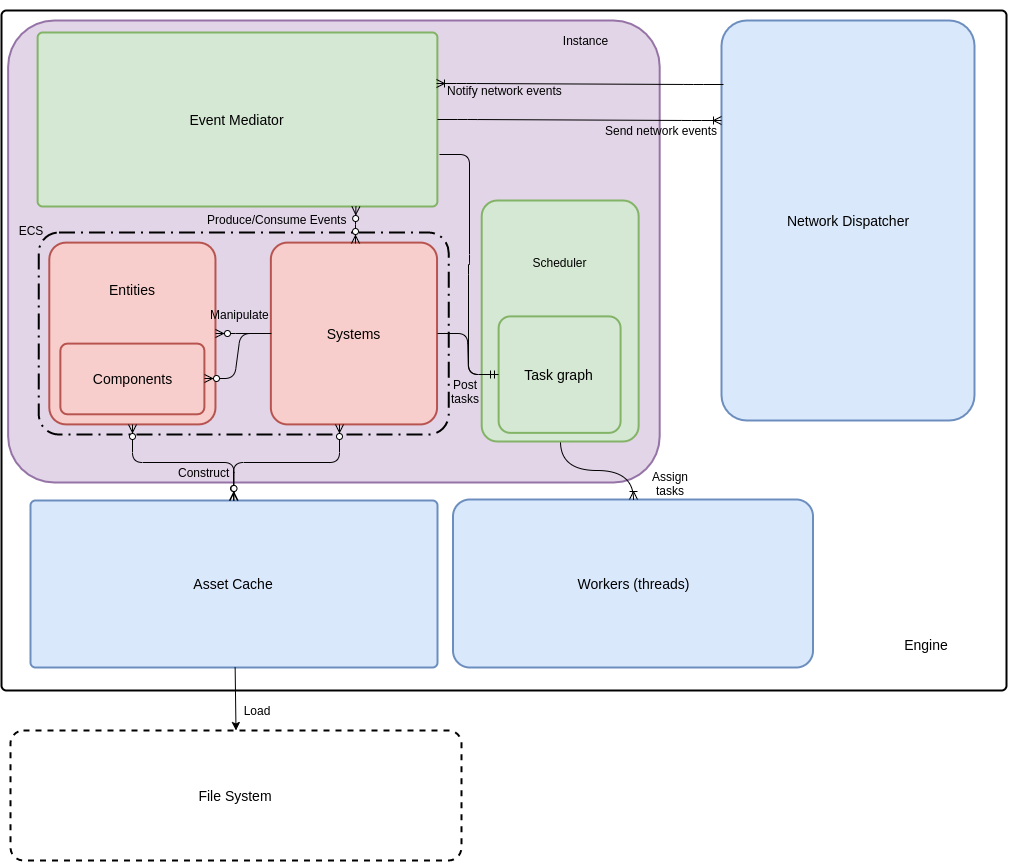
Before: Architecture/rtype_engine.design-Engine general.png, a diagram exported from draw.io (Billyblbl/CPP_rtype_2019). Source tidied: cells renumbered, new cells last; positions are measured from the earlier drawing's top-left corner, leaving out a move shared by most shapes. The source it was exported from:
```xml
<mxGraphModel>
  <root>
    <mxCell id="0" />
    <mxCell id="1" parent="0" />
    <mxCell id="2" style="group;" parent="1" vertex="1">
      <mxGeometry width="1010" height="690" as="geometry" />
    </mxCell>
    <mxCell id="3" style="group;" parent="2" vertex="1">
      <mxGeometry width="1010" height="690" as="geometry" />
    </mxCell>
    <mxCell id="4" style="group;fillColor=none;" parent="3" vertex="1">
      <mxGeometry width="1010" height="690" as="geometry" />
    </mxCell>
    <mxCell id="5" style="rounded=1;absoluteArcSize=1;html=1;strokeWidth=2;arcSize=10;fontSize=14;" parent="4" vertex="1">
      <mxGeometry x="1" y="10" width="1005" height="680" as="geometry" />
    </mxCell>
    <mxCell id="6" style="strokeWidth=2;rounded=1;arcSize=10;whiteSpace=wrap;html=1;align=center;fontSize=14;shadow=0;glass=0;comic=0;fillColor=#e1d5e7;strokeColor=#9673a6;" parent="5" vertex="1">
      <mxGeometry x="6.6" y="10" width="651.6" height="462" as="geometry" />
    </mxCell>
    <mxCell id="7" value="Engine" style="html=1;strokeWidth=2;shape=mxgraph.er.anchor;fontSize=14;whiteSpace=wrap;" parent="5" vertex="1">
      <mxGeometry x="879.6" y="613" width="92.8" height="43.9" as="geometry" />
    </mxCell>
    <mxCell id="8" value="Event Mediator" style="rounded=1;absoluteArcSize=1;html=1;strokeWidth=2;arcSize=10;fontSize=14;whiteSpace=wrap;points=[];strokeColor=#82b366;fillColor=#d5e8d4;" parent="5" vertex="1">
      <mxGeometry x="36.1" y="22" width="399.7" height="174" as="geometry" />
    </mxCell>
    <mxCell id="9" value="Asset Cache" style="rounded=1;absoluteArcSize=1;html=1;strokeWidth=2;arcSize=10;fontSize=14;whiteSpace=wrap;points=[];strokeColor=#6c8ebf;fillColor=#dae8fc;" parent="5" vertex="1">
      <mxGeometry x="29" y="490" width="407" height="167" as="geometry" />
    </mxCell>
    <mxCell id="10" value="Workers (threads)" style="strokeWidth=2;rounded=1;arcSize=10;whiteSpace=wrap;html=1;align=center;fontSize=14;shadow=0;glass=0;comic=0;fillColor=#dae8fc;strokeColor=#6c8ebf;" parent="5" vertex="1">
      <mxGeometry x="451.5" y="489" width="360" height="168" as="geometry" />
    </mxCell>
    <mxCell id="11" style="group;" parent="5" vertex="1">
      <mxGeometry x="37.3" y="222" width="409.9" height="202" as="geometry" />
    </mxCell>
    <mxCell id="12" style="rounded=1;arcSize=10;dashed=1;dashPattern=8 3 1 3;strokeWidth=2;fillColor=none;" parent="11" vertex="1">
      <mxGeometry width="409.9" height="202" as="geometry" />
    </mxCell>
    <mxCell id="13" style="strokeWidth=2;rounded=1;arcSize=10;whiteSpace=wrap;html=1;align=center;fontSize=14;shadow=0;glass=0;comic=0;fillColor=#f8cecc;strokeColor=#b85450;" parent="11" vertex="1">
      <mxGeometry x="10.5" y="10.1" width="166.2" height="181.8" as="geometry" />
    </mxCell>
    <mxCell id="14" value="Components" style="strokeWidth=2;rounded=1;arcSize=10;whiteSpace=wrap;html=1;align=center;fontSize=14;shadow=0;glass=0;comic=0;fillColor=#f8cecc;strokeColor=#b85450;" parent="11" vertex="1">
      <mxGeometry x="21.6" y="111.1" width="144" height="70.7" as="geometry" />
    </mxCell>
    <mxCell id="15" value="Systems" style="strokeWidth=2;rounded=1;arcSize=10;whiteSpace=wrap;html=1;align=center;fontSize=14;shadow=0;glass=0;comic=0;fillColor=#f8cecc;strokeColor=#b85450;" parent="11" vertex="1">
      <mxGeometry x="232.1" y="10.1" width="166.2" height="181.8" as="geometry" />
    </mxCell>
    <mxCell id="16" value="Entities" style="strokeWidth=2;rounded=1;arcSize=10;whiteSpace=wrap;html=1;align=center;fontSize=14;shadow=0;glass=0;comic=0;gradientColor=none;strokeColor=none;fillColor=none;" parent="11" vertex="1">
      <mxGeometry x="21.6" y="21.2" width="144" height="70.7" as="geometry" />
    </mxCell>
    <mxCell id="17" style="edgeStyle=entityRelationEdgeStyle;fontSize=12;html=1;endArrow=none;endFill=0;exitX=1;exitY=0.5;exitDx=0;exitDy=0;startArrow=ERzeroToMany;startFill=1;" parent="11" edge="1" source="13">
      <mxGeometry relative="1" as="geometry">
        <mxPoint x="232.6" y="101" as="targetPoint" />
      </mxGeometry>
    </mxCell>
    <mxCell id="18" value="Manipulate" style="text;html=1;align=center;verticalAlign=middle;labelBackgroundColor=none;" parent="17" vertex="1">
      <mxGeometry x="-0.28" y="1" relative="1" as="geometry">
        <mxPoint x="0.5" y="-19" as="offset" />
      </mxGeometry>
    </mxCell>
    <mxCell id="19" style="edgeStyle=entityRelationEdgeStyle;fontSize=12;html=1;endArrow=none;endFill=0;exitX=1;exitY=0.5;exitDx=0;exitDy=0;startArrow=ERzeroToMany;startFill=1;entryX=0;entryY=0.5;entryDx=0;entryDy=0;" parent="11" edge="1" source="14" target="15">
      <mxGeometry relative="1" as="geometry" />
    </mxCell>
    <mxCell id="20" style="edgeStyle=orthogonalEdgeStyle;fontSize=12;html=1;endArrow=ERzeroToMany;endFill=1;startArrow=ERzeroToMany;entryX=0.512;entryY=0.004;entryDx=0;entryDy=0;entryPerimeter=0;strokeColor=#000000;curved=1;" parent="5" edge="1" target="15">
      <mxGeometry relative="1" as="geometry">
        <mxPoint x="354.4" y="196" as="sourcePoint" />
      </mxGeometry>
    </mxCell>
    <mxCell id="21" value="Produce/Consume Events" style="text;html=1;align=center;verticalAlign=middle;labelBackgroundColor=none;" parent="20" vertex="1">
      <mxGeometry x="-0.02" y="-6" relative="1" as="geometry">
        <mxPoint x="-73.5" y="-5" as="offset" />
      </mxGeometry>
    </mxCell>
    <mxCell id="22" style="edgeStyle=elbowEdgeStyle;fontSize=12;html=1;endArrow=ERzeroToMany;endFill=1;startArrow=ERzeroToMany;strokeColor=#000000;entryX=0.415;entryY=0.998;entryDx=0;entryDy=0;entryPerimeter=0;elbow=vertical;exitX=0.498;exitY=0.001;exitDx=0;exitDy=0;exitPerimeter=0;comic=0;shadow=0;" parent="5" edge="1" source="9" target="15">
      <mxGeometry relative="1" as="geometry" />
    </mxCell>
    <mxCell id="23" style="edgeStyle=elbowEdgeStyle;fontSize=12;html=1;endArrow=ERzeroToMany;endFill=1;startArrow=ERzeroToMany;strokeColor=#000000;entryX=0.5;entryY=1;entryDx=0;entryDy=0;elbow=vertical;" parent="5" edge="1" source="9" target="13">
      <mxGeometry relative="1" as="geometry" />
    </mxCell>
    <mxCell id="24" value="Construct" style="text;html=1;align=center;verticalAlign=middle;labelBackgroundColor=none;" parent="23" vertex="1">
      <mxGeometry x="-0.26" relative="1" as="geometry">
        <mxPoint x="-4" y="9" as="offset" />
      </mxGeometry>
    </mxCell>
    <mxCell id="25" style="edgeStyle=orthogonalEdgeStyle;fontSize=12;html=1;endArrow=ERoneToMany;shadow=0;strokeColor=#000000;exitX=0.5;exitY=1;exitDx=0;exitDy=0;entryX=0.5;entryY=0;entryDx=0;entryDy=0;curved=1;" parent="5" edge="1" source="34" target="10">
      <mxGeometry relative="1" as="geometry" />
    </mxCell>
    <mxCell id="26" value="Assign&lt;br&gt;tasks" style="text;html=1;align=center;verticalAlign=middle;labelBackgroundColor=none;" parent="25" vertex="1">
      <mxGeometry x="0.11" y="-1" relative="1" as="geometry">
        <mxPoint x="65" y="11" as="offset" />
      </mxGeometry>
    </mxCell>
    <mxCell id="27" style="edgeStyle=entityRelationEdgeStyle;fontSize=12;html=1;endArrow=ERmandOne;exitX=1;exitY=0.5;exitDx=0;exitDy=0;snapToPoint=0;entryX=0;entryY=0.5;entryDx=0;entryDy=0;" parent="5" edge="1" source="15" target="36">
      <mxGeometry relative="1" as="geometry" />
    </mxCell>
    <mxCell id="28" value="Post&lt;br&gt;tasks" style="text;html=1;align=center;verticalAlign=middle;labelBackgroundColor=none;" parent="27" vertex="1">
      <mxGeometry x="0.46" relative="1" as="geometry">
        <mxPoint x="-6" y="16" as="offset" />
      </mxGeometry>
    </mxCell>
    <mxCell id="29" value="ECS" style="text;html=1;strokeColor=none;fillColor=none;align=center;verticalAlign=middle;whiteSpace=wrap;rounded=0;shadow=0;glass=0;comic=0;" parent="5" vertex="1">
      <mxGeometry x="6.6" y="210.2" width="44.3" height="20.2" as="geometry" />
    </mxCell>
    <mxCell id="30" value="Instance" style="text;html=1;strokeColor=none;fillColor=none;align=center;verticalAlign=middle;whiteSpace=wrap;rounded=0;" parent="5" vertex="1">
      <mxGeometry x="549.9" y="20" width="66.6" height="20" as="geometry" />
    </mxCell>
    <mxCell id="31" value="Network Dispatcher" style="strokeWidth=2;rounded=1;arcSize=10;whiteSpace=wrap;html=1;align=center;fontSize=14;fillColor=#dae8fc;strokeColor=#6c8ebf;" parent="5" vertex="1">
      <mxGeometry x="720" y="10" width="253" height="400" as="geometry" />
    </mxCell>
    <mxCell id="32" style="group;" parent="5" vertex="1">
      <mxGeometry x="480.2" y="190" width="157" height="241" as="geometry" />
    </mxCell>
    <mxCell id="33" style="group;" parent="32" vertex="1">
      <mxGeometry width="157" height="241" as="geometry" />
    </mxCell>
    <mxCell id="34" style="strokeWidth=2;rounded=1;arcSize=10;whiteSpace=wrap;html=1;align=center;fontSize=14;shadow=0;glass=0;comic=0;fillColor=#d5e8d4;strokeColor=#82b366;" parent="33" vertex="1">
      <mxGeometry width="157" height="241" as="geometry" />
    </mxCell>
    <mxCell id="35" value="Scheduler" style="text;html=1;strokeColor=none;fillColor=none;align=center;verticalAlign=middle;whiteSpace=wrap;rounded=0;shadow=0;glass=0;comic=0;" parent="33" vertex="1">
      <mxGeometry x="11.3" y="6.2" width="133.2" height="112.2" as="geometry" />
    </mxCell>
    <mxCell id="36" value="Task graph" style="strokeWidth=2;rounded=1;arcSize=10;whiteSpace=wrap;html=1;align=center;fontSize=14;shadow=0;glass=0;comic=0;fillColor=#d5e8d4;strokeColor=#82b366;" parent="33" vertex="1">
      <mxGeometry x="16.9" y="115.9" width="122" height="116.5" as="geometry" />
    </mxCell>
    <mxCell id="37" style="edgeStyle=entityRelationEdgeStyle;fontSize=12;html=1;endArrow=ERmandOne;entryX=0;entryY=0.5;entryDx=0;entryDy=0;exitX=1.006;exitY=0.699;exitDx=0;exitDy=0;exitPerimeter=0;" parent="5" edge="1" source="8" target="36">
      <mxGeometry relative="1" as="geometry" />
    </mxCell>
    <mxCell id="38" style="edgeStyle=entityRelationEdgeStyle;fontSize=12;html=1;endArrow=none;entryX=0.006;entryY=0.16;entryDx=0;entryDy=0;exitX=0.999;exitY=0.295;exitDx=0;exitDy=0;exitPerimeter=0;endFill=0;startArrow=ERoneToMany;startFill=0;entryPerimeter=0;" parent="5" edge="1" source="8" target="31">
      <mxGeometry relative="1" as="geometry" />
    </mxCell>
    <mxCell id="39" value="Notify network events" style="text;html=1;align=center;verticalAlign=middle;labelBackgroundColor=none;" parent="38" vertex="1">
      <mxGeometry x="-0.79" y="-12" relative="1" as="geometry">
        <mxPoint x="38.5" y="-5.5" as="offset" />
      </mxGeometry>
    </mxCell>
    <mxCell id="40" style="edgeStyle=entityRelationEdgeStyle;fontSize=12;html=1;endArrow=ERoneToMany;exitX=1.001;exitY=0.501;exitDx=0;exitDy=0;exitPerimeter=0;entryX=0;entryY=0.25;entryDx=0;entryDy=0;" parent="5" edge="1" source="8" target="31">
      <mxGeometry relative="1" as="geometry" />
    </mxCell>
    <mxCell id="41" value="Send network events" style="text;html=1;align=center;verticalAlign=middle;labelBackgroundColor=none;" parent="40" vertex="1">
      <mxGeometry x="0.76" y="1" relative="1" as="geometry">
        <mxPoint x="-28" y="11" as="offset" />
      </mxGeometry>
    </mxCell>
    <mxCell id="42" value="File System" style="strokeWidth=2;rounded=1;arcSize=10;whiteSpace=wrap;html=1;align=center;fontSize=14;labelBackgroundColor=none;fillColor=none;gradientColor=#ffffff;dashed=1;" parent="1" vertex="1">
      <mxGeometry x="10" y="730" width="451" height="130" as="geometry" />
    </mxCell>
    <mxCell id="43" style="edgeStyle=none;rounded=1;jettySize=auto;html=1;entryX=0.5;entryY=0;entryDx=0;entryDy=0;startArrow=none;startFill=0;strokeColor=#000000;" parent="1" edge="1" source="9" target="42">
      <mxGeometry relative="1" as="geometry" />
    </mxCell>
    <mxCell id="44" value="Load" style="text;html=1;strokeColor=none;fillColor=none;align=center;verticalAlign=middle;whiteSpace=wrap;rounded=0;dashed=1;labelBackgroundColor=none;" parent="1" vertex="1">
      <mxGeometry x="235.5" y="700" width="40" height="20" as="geometry" />
    </mxCell>
    <mxCell id="45" value="Bigs" parent="0" />
  </root>
</mxGraphModel>
```
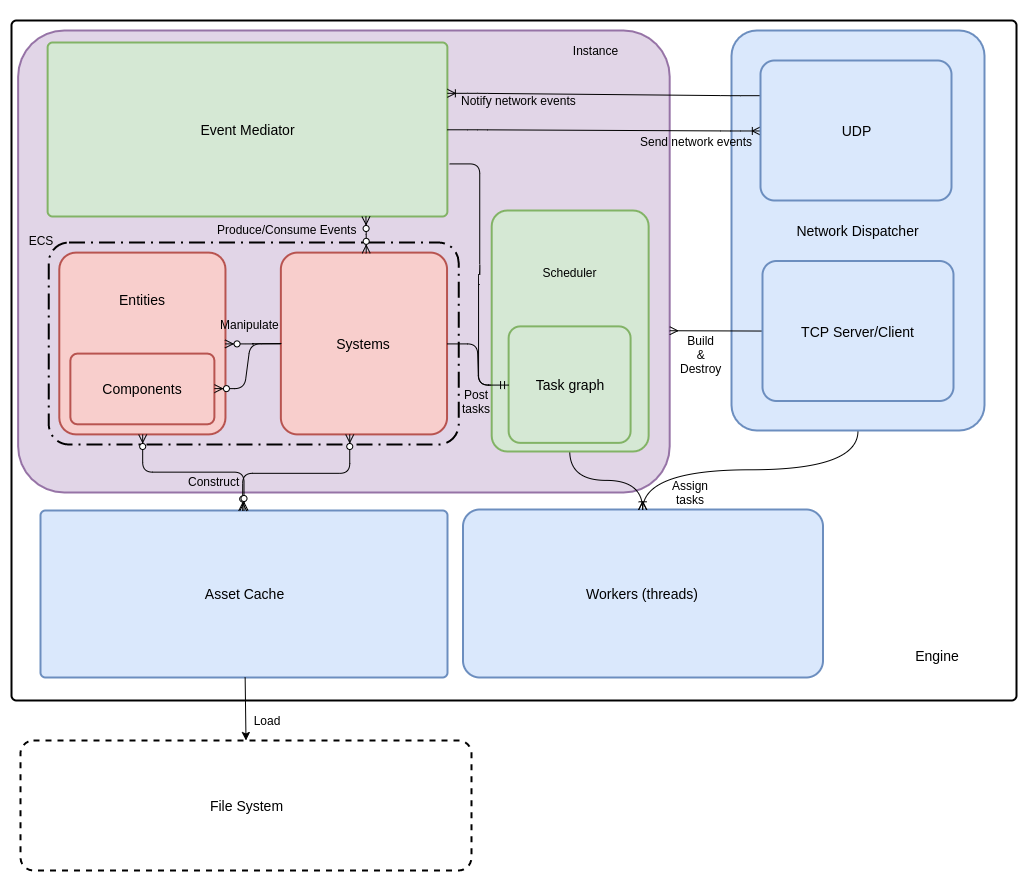
After the commit.

What changed in the source:
```diff
@@ -86,7 +86,7 @@
     </mxCell>
     <mxCell id="26" value="Assign&lt;br&gt;tasks" style="text;html=1;align=center;verticalAlign=middle;labelBackgroundColor=none;" parent="25" vertex="1">
       <mxGeometry x="0.11" y="-1" relative="1" as="geometry">
-        <mxPoint x="65" y="11" as="offset" />
+        <mxPoint x="77" y="11" as="offset" />
       </mxGeometry>
     </mxCell>
     <mxCell id="27" style="edgeStyle=entityRelationEdgeStyle;fontSize=12;html=1;endArrow=ERmandOne;exitX=1;exitY=0.5;exitDx=0;exitDy=0;snapToPoint=0;entryX=0;entryY=0.5;entryDx=0;entryDy=0;" parent="5" edge="1" source="15" target="36">
@@ -103,6 +103,9 @@
     <mxCell id="30" value="Instance" style="text;html=1;strokeColor=none;fillColor=none;align=center;verticalAlign=middle;whiteSpace=wrap;rounded=0;" parent="5" vertex="1">
       <mxGeometry x="549.9" y="20" width="66.6" height="20" as="geometry" />
     </mxCell>
+    <mxCell id="46" style="edgeStyle=orthogonalEdgeStyle;jettySize=auto;html=1;entryX=0.5;entryY=0;entryDx=0;entryDy=0;endArrow=ERmany;endFill=0;exitX=0.5;exitY=1;exitDx=0;exitDy=0;curved=1;" parent="5" edge="1" source="31" target="10">
+      <mxGeometry relative="1" as="geometry" />
+    </mxCell>
     <mxCell id="31" value="Network Dispatcher" style="strokeWidth=2;rounded=1;arcSize=10;whiteSpace=wrap;html=1;align=center;fontSize=14;fillColor=#dae8fc;strokeColor=#6c8ebf;" parent="5" vertex="1">
       <mxGeometry x="720" y="10" width="253" height="400" as="geometry" />
     </mxCell>
@@ -124,7 +127,7 @@
     <mxCell id="37" style="edgeStyle=entityRelationEdgeStyle;fontSize=12;html=1;endArrow=ERmandOne;entryX=0;entryY=0.5;entryDx=0;entryDy=0;exitX=1.006;exitY=0.699;exitDx=0;exitDy=0;exitPerimeter=0;" parent="5" edge="1" source="8" target="36">
       <mxGeometry relative="1" as="geometry" />
     </mxCell>
-    <mxCell id="38" style="edgeStyle=entityRelationEdgeStyle;fontSize=12;html=1;endArrow=none;entryX=0.006;entryY=0.16;entryDx=0;entryDy=0;exitX=0.999;exitY=0.295;exitDx=0;exitDy=0;exitPerimeter=0;endFill=0;startArrow=ERoneToMany;startFill=0;entryPerimeter=0;" parent="5" edge="1" source="8" target="31">
+    <mxCell id="38" style="edgeStyle=entityRelationEdgeStyle;fontSize=12;html=1;endArrow=none;entryX=0;entryY=0.25;entryDx=0;entryDy=0;exitX=0.999;exitY=0.295;exitDx=0;exitDy=0;exitPerimeter=0;endFill=0;startArrow=ERoneToMany;startFill=0;" parent="5" edge="1" source="8" target="47">
       <mxGeometry relative="1" as="geometry" />
     </mxCell>
     <mxCell id="39" value="Notify network events" style="text;html=1;align=center;verticalAlign=middle;labelBackgroundColor=none;" parent="38" vertex="1">
@@ -132,7 +135,7 @@
         <mxPoint x="38.5" y="-5.5" as="offset" />
       </mxGeometry>
     </mxCell>
-    <mxCell id="40" style="edgeStyle=entityRelationEdgeStyle;fontSize=12;html=1;endArrow=ERoneToMany;exitX=1.001;exitY=0.501;exitDx=0;exitDy=0;exitPerimeter=0;entryX=0;entryY=0.25;entryDx=0;entryDy=0;" parent="5" edge="1" source="8" target="31">
+    <mxCell id="40" style="edgeStyle=entityRelationEdgeStyle;fontSize=12;html=1;endArrow=ERoneToMany;exitX=1.001;exitY=0.501;exitDx=0;exitDy=0;exitPerimeter=0;entryX=0;entryY=0.5;entryDx=0;entryDy=0;" parent="5" edge="1" source="8" target="47">
       <mxGeometry relative="1" as="geometry" />
     </mxCell>
     <mxCell id="41" value="Send network events" style="text;html=1;align=center;verticalAlign=middle;labelBackgroundColor=none;" parent="40" vertex="1">
@@ -140,6 +143,23 @@
         <mxPoint x="-28" y="11" as="offset" />
       </mxGeometry>
     </mxCell>
+    <mxCell id="47" value="UDP" style="strokeWidth=2;rounded=1;arcSize=10;whiteSpace=wrap;html=1;align=center;fontSize=14;fillColor=#dae8fc;strokeColor=#6c8ebf;" parent="5" vertex="1">
+      <mxGeometry x="749" y="40" width="191" height="140" as="geometry" />
+    </mxCell>
+    <mxCell id="48" style="rounded=0;orthogonalLoop=1;jettySize=auto;html=1;entryX=1;entryY=0.65;entryDx=0;entryDy=0;entryPerimeter=0;endArrow=ERmany;endFill=0;" parent="5" edge="1">
+      <mxGeometry relative="1" as="geometry">
+        <mxPoint x="751" y="310.5" as="sourcePoint" />
+        <mxPoint x="658.2" y="310.2" as="targetPoint" />
+      </mxGeometry>
+    </mxCell>
+    <mxCell id="49" value="Build&lt;br&gt;&amp;amp;&lt;br&gt;Destroy" style="text;html=1;align=center;verticalAlign=middle;labelBackgroundColor=none;" parent="48" vertex="1">
+      <mxGeometry x="0.56" y="1" relative="1" as="geometry">
+        <mxPoint x="10" y="22" as="offset" />
+      </mxGeometry>
+    </mxCell>
+    <mxCell id="50" value="TCP Server/Client" style="strokeWidth=2;rounded=1;arcSize=10;whiteSpace=wrap;html=1;align=center;fontSize=14;fillColor=#dae8fc;strokeColor=#6c8ebf;" parent="5" vertex="1">
+      <mxGeometry x="751" y="240.5" width="191" height="140" as="geometry" />
+    </mxCell>
     <mxCell id="42" value="File System" style="strokeWidth=2;rounded=1;arcSize=10;whiteSpace=wrap;html=1;align=center;fontSize=14;labelBackgroundColor=none;fillColor=none;gradientColor=#ffffff;dashed=1;" parent="1" vertex="1">
       <mxGeometry x="10" y="730" width="451" height="130" as="geometry" />
     </mxCell>
```
